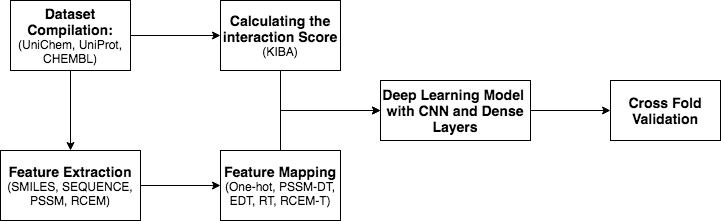
This is mainmatter/3-Methodology/images/block.png from anupadkh/thesis, a draw.io export, as it was before one commit. Source tidied: cells renumbered, new cells last; positions are measured from the earlier drawing's top-left corner, leaving out a move shared by most shapes. The source it was exported from:
```xml
<mxGraphModel>
  <root>
    <mxCell id="0" />
    <mxCell id="1" parent="0" />
    <mxCell id="2" style="edgeStyle=orthogonalEdgeStyle;rounded=0;jettySize=auto;html=1;" parent="1" edge="1" source="4" target="10">
      <mxGeometry relative="1" as="geometry" />
    </mxCell>
    <mxCell id="3" style="edgeStyle=orthogonalEdgeStyle;rounded=0;jettySize=auto;html=1;" parent="1" edge="1" source="4" target="6">
      <mxGeometry relative="1" as="geometry" />
    </mxCell>
    <mxCell id="4" value="&lt;b&gt;&lt;font style=&quot;font-size: 14px&quot;&gt;Dataset Compilation:&lt;/font&gt;&lt;/b&gt;&lt;br&gt;(UniChem,&amp;nbsp;UniProt, CHEMBL)" style="rounded=0;whiteSpace=wrap;html=1;align=center;" parent="1" vertex="1">
      <mxGeometry x="10" width="120" height="70" as="geometry" />
    </mxCell>
    <mxCell id="5" style="edgeStyle=orthogonalEdgeStyle;rounded=0;jettySize=auto;html=1;" parent="1" edge="1" source="6" target="8">
      <mxGeometry relative="1" as="geometry" />
    </mxCell>
    <mxCell id="6" value="&lt;span style=&quot;font-weight: bold ; font-size: 14px&quot;&gt;Feature Extraction&lt;/span&gt;&lt;br&gt;&lt;font style=&quot;font-size: 12px&quot;&gt;(SMILES, SEQUENCE, PSSM, RCEM)&lt;/font&gt;" style="rounded=0;whiteSpace=wrap;html=1;align=center;" parent="1" vertex="1">
      <mxGeometry y="150" width="140" height="70" as="geometry" />
    </mxCell>
    <mxCell id="7" style="edgeStyle=orthogonalEdgeStyle;rounded=0;jettySize=auto;html=1;exitX=0.5;exitY=0;exitDx=0;exitDy=0;entryX=0;entryY=0.5;entryDx=0;entryDy=0;fontSize=14;" parent="1" edge="1" source="8" target="12">
      <mxGeometry relative="1" as="geometry" />
    </mxCell>
    <mxCell id="8" value="&lt;span style=&quot;font-weight: bold ; font-size: 14px&quot;&gt;Feature Mapping&lt;/span&gt;&lt;br&gt;&lt;font style=&quot;font-size: 12px&quot;&gt;(One-hot, PSSM-DT, EDT, RT, RCEM-T)&lt;/font&gt;" style="rounded=0;whiteSpace=wrap;html=1;align=center;" parent="1" vertex="1">
      <mxGeometry x="220" y="150" width="120" height="70" as="geometry" />
    </mxCell>
    <mxCell id="9" style="edgeStyle=orthogonalEdgeStyle;rounded=0;jettySize=auto;html=1;exitX=0.5;exitY=1;exitDx=0;exitDy=0;entryX=0;entryY=0.5;entryDx=0;entryDy=0;fontSize=14;" parent="1" edge="1" source="10" target="12">
      <mxGeometry relative="1" as="geometry" />
    </mxCell>
    <mxCell id="10" value="&lt;b&gt;&lt;font style=&quot;font-size: 14px&quot;&gt;Calculating the interaction Score&lt;/font&gt;&lt;/b&gt;&lt;br&gt;(KIBA)" style="rounded=0;whiteSpace=wrap;html=1;" parent="1" vertex="1">
      <mxGeometry x="220" width="120" height="70" as="geometry" />
    </mxCell>
    <mxCell id="11" style="edgeStyle=orthogonalEdgeStyle;rounded=0;jettySize=auto;html=1;fontSize=14;" parent="1" edge="1" source="12" target="13">
      <mxGeometry relative="1" as="geometry" />
    </mxCell>
    <mxCell id="12" value="&lt;span style=&quot;font-weight: 700 ; white-space: normal&quot;&gt;Deep Learning Model&amp;nbsp; with CNN and Dense Layers&lt;/span&gt;" style="rounded=0;whiteSpace=wrap;html=1;fontSize=14;" parent="1" vertex="1">
      <mxGeometry x="380" y="80" width="150" height="60" as="geometry" />
    </mxCell>
    <mxCell id="13" value="&lt;b style=&quot;font-size: 12px&quot;&gt;&lt;font style=&quot;font-size: 14px&quot;&gt;Cross Fold Validation&lt;/font&gt;&lt;/b&gt;" style="rounded=0;whiteSpace=wrap;html=1;fontSize=14;" parent="1" vertex="1">
      <mxGeometry x="610" y="80" width="110" height="60" as="geometry" />
    </mxCell>
  </root>
</mxGraphModel>
```
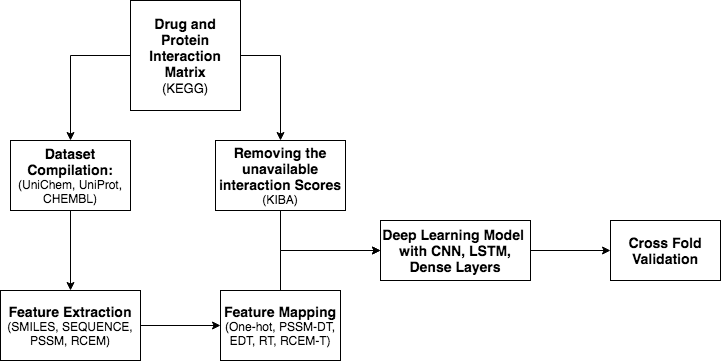
After the change.

Diff of the diagram source:
```diff
@@ -2,9 +2,6 @@
   <root>
     <mxCell id="0" />
     <mxCell id="1" parent="0" />
-    <mxCell id="2" style="edgeStyle=orthogonalEdgeStyle;rounded=0;jettySize=auto;html=1;" parent="1" edge="1" source="4" target="10">
-      <mxGeometry relative="1" as="geometry" />
-    </mxCell>
     <mxCell id="3" style="edgeStyle=orthogonalEdgeStyle;rounded=0;jettySize=auto;html=1;" parent="1" edge="1" source="4" target="6">
       <mxGeometry relative="1" as="geometry" />
     </mxCell>
@@ -26,17 +23,26 @@
     <mxCell id="9" style="edgeStyle=orthogonalEdgeStyle;rounded=0;jettySize=auto;html=1;exitX=0.5;exitY=1;exitDx=0;exitDy=0;entryX=0;entryY=0.5;entryDx=0;entryDy=0;fontSize=14;" parent="1" edge="1" source="10" target="12">
       <mxGeometry relative="1" as="geometry" />
     </mxCell>
-    <mxCell id="10" value="&lt;b&gt;&lt;font style=&quot;font-size: 14px&quot;&gt;Calculating the interaction Score&lt;/font&gt;&lt;/b&gt;&lt;br&gt;(KIBA)" style="rounded=0;whiteSpace=wrap;html=1;" parent="1" vertex="1">
-      <mxGeometry x="220" width="120" height="70" as="geometry" />
+    <mxCell id="10" value="&lt;b&gt;&lt;font style=&quot;font-size: 14px&quot;&gt;Removing the unavailable interaction Scores&lt;/font&gt;&lt;/b&gt;&lt;br&gt;(KIBA)" style="rounded=0;whiteSpace=wrap;html=1;" parent="1" vertex="1">
+      <mxGeometry x="215" width="130" height="70" as="geometry" />
     </mxCell>
     <mxCell id="11" style="edgeStyle=orthogonalEdgeStyle;rounded=0;jettySize=auto;html=1;fontSize=14;" parent="1" edge="1" source="12" target="13">
       <mxGeometry relative="1" as="geometry" />
     </mxCell>
-    <mxCell id="12" value="&lt;span style=&quot;font-weight: 700 ; white-space: normal&quot;&gt;Deep Learning Model&amp;nbsp; with CNN and Dense Layers&lt;/span&gt;" style="rounded=0;whiteSpace=wrap;html=1;fontSize=14;" parent="1" vertex="1">
+    <mxCell id="12" value="&lt;span style=&quot;font-weight: 700 ; white-space: normal&quot;&gt;Deep Learning Model&amp;nbsp; with CNN, LSTM, Dense Layers&lt;/span&gt;" style="rounded=0;whiteSpace=wrap;html=1;fontSize=14;" parent="1" vertex="1">
       <mxGeometry x="380" y="80" width="150" height="60" as="geometry" />
     </mxCell>
     <mxCell id="13" value="&lt;b style=&quot;font-size: 12px&quot;&gt;&lt;font style=&quot;font-size: 14px&quot;&gt;Cross Fold Validation&lt;/font&gt;&lt;/b&gt;" style="rounded=0;whiteSpace=wrap;html=1;fontSize=14;" parent="1" vertex="1">
       <mxGeometry x="610" y="80" width="110" height="60" as="geometry" />
     </mxCell>
+    <mxCell id="14" style="edgeStyle=orthogonalEdgeStyle;rounded=0;jettySize=auto;html=1;exitX=1;exitY=0.5;exitDx=0;exitDy=0;entryX=0.5;entryY=0;entryDx=0;entryDy=0;" parent="1" edge="1" source="16" target="10">
+      <mxGeometry relative="1" as="geometry" />
+    </mxCell>
+    <mxCell id="15" style="edgeStyle=orthogonalEdgeStyle;rounded=0;jettySize=auto;html=1;exitX=0;exitY=0.5;exitDx=0;exitDy=0;" parent="1" edge="1" source="16" target="4">
+      <mxGeometry relative="1" as="geometry" />
+    </mxCell>
+    <mxCell id="16" value="Drug and Protein Interaction Matrix&lt;br&gt;&lt;span style=&quot;font-weight: normal&quot;&gt;&lt;font style=&quot;font-size: 13px&quot;&gt;(KEGG)&lt;/font&gt;&lt;/span&gt;" style="whiteSpace=wrap;html=1;fontStyle=1;fontSize=14;" parent="1" vertex="1">
+      <mxGeometry x="130" y="-140" width="110" height="110" as="geometry" />
+    </mxCell>
   </root>
 </mxGraphModel>
```
